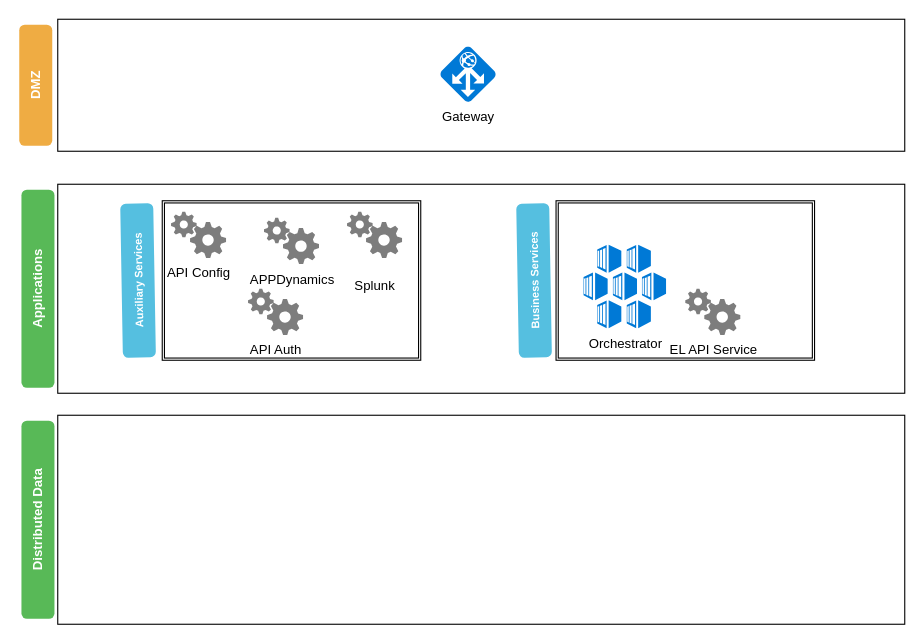
The draw.io diagram RevisedTargetArch.drawio in kpbindu/Diagrams, before the edit. Source tidied: cells renumbered, new cells numbered last; positions are measured from the earlier drawing's top-left corner, leaving out a move shared by most shapes. Both pictures are drawn from the tidied source at 110%, with x=0, y=0 at pixel (-62, 19).
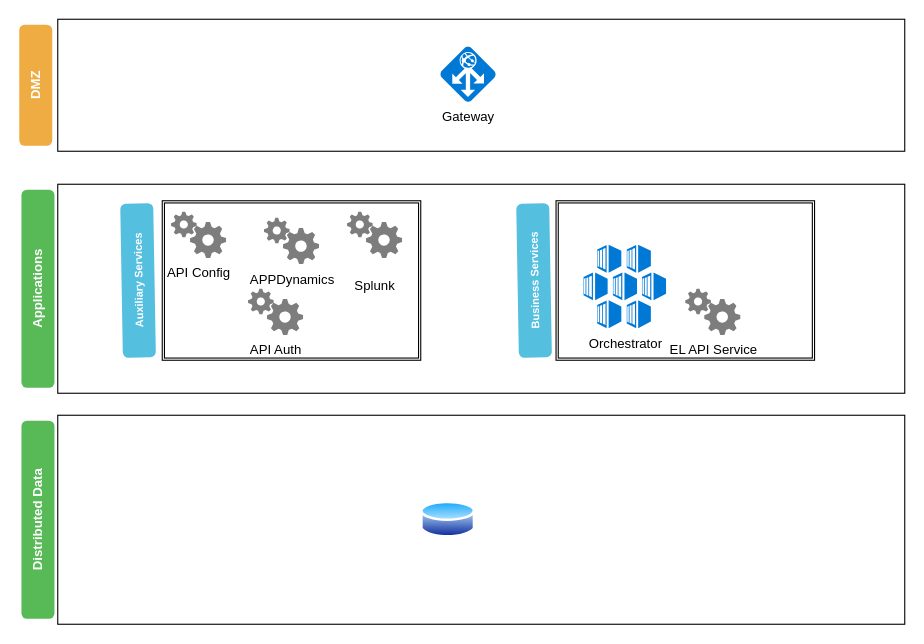
Above is the later version.

Diff of the diagram source:
```diff
@@
 <mxGraphModel>
   <root>
     <mxCell id="0" />
     <mxCell id="1" parent="0" />
     <mxCell id="2" style="rounded=0;whiteSpace=wrap;html=1;" parent="1" vertex="1">
       <mxGeometry x="108" width="770" height="120" as="geometry" />
     </mxCell>
     <mxCell id="3" value="DMZ" style="html=1;shadow=0;dashed=0;shape=mxgraph.bootstrap.rrect;align=center;rSize=5;strokeColor=none;fillColor=#EFAC43;fontColor=#ffffff;fontStyle=1;whiteSpace=wrap;rotation=-90;" parent="1" vertex="1">
       <mxGeometry x="33" y="45" width="110" height="30" as="geometry" />
     </mxCell>
     <mxCell id="4" value="Gateway" style="shadow=0;dashed=0;html=1;strokeColor=none;labelPosition=center;verticalLabelPosition=bottom;verticalAlign=top;align=center;shape=mxgraph.mscae.cloud.application_gateway;fillColor=#0079D6;" parent="1" vertex="1">
       <mxGeometry x="456" y="25" width="50" height="50" as="geometry" />
     </mxCell>
     <mxCell id="5" style="rounded=0;whiteSpace=wrap;html=1;" parent="1" vertex="1">
       <mxGeometry x="108" y="150" width="770" height="190" as="geometry" />
     </mxCell>
     <mxCell id="6" value="Applications" style="html=1;shadow=0;dashed=0;shape=mxgraph.bootstrap.rrect;align=center;rSize=5;strokeColor=none;fillColor=#58B957;fontColor=#ffffff;fontStyle=1;whiteSpace=wrap;rotation=-90;" parent="1" vertex="1">
       <mxGeometry y="230" width="180" height="30" as="geometry" />
     </mxCell>
     <mxCell id="7" style="shape=ext;double=1;rounded=0;whiteSpace=wrap;html=1;" parent="1" vertex="1">
       <mxGeometry x="203" y="165" width="235" height="145" as="geometry" />
     </mxCell>
     <mxCell id="8" style="shape=ext;double=1;rounded=0;whiteSpace=wrap;html=1;" parent="1" vertex="1">
       <mxGeometry x="561" y="165" width="235" height="145" as="geometry" />
     </mxCell>
     <mxCell id="9" value="Business Services" style="html=1;shadow=0;dashed=0;shape=mxgraph.bootstrap.rrect;align=center;rSize=5;strokeColor=none;fillColor=#55BFE0;fontColor=#ffffff;fontStyle=1;whiteSpace=wrap;fontSize=10;rotation=-91;" parent="1" vertex="1">
       <mxGeometry x="471" y="222.5" width="140" height="30" as="geometry" />
     </mxCell>
     <mxCell id="10" value="Auxiliary&amp;nbsp;Services" style="html=1;shadow=0;dashed=0;shape=mxgraph.bootstrap.rrect;align=center;rSize=5;strokeColor=none;fillColor=#55BFE0;fontColor=#ffffff;fontStyle=1;whiteSpace=wrap;fontSize=10;rotation=-91;" parent="1" vertex="1">
       <mxGeometry x="111" y="222.5" width="140" height="30" as="geometry" />
     </mxCell>
     <mxCell id="11" value="API Config" style="shadow=0;dashed=0;html=1;strokeColor=none;labelPosition=center;verticalLabelPosition=bottom;verticalAlign=top;align=center;shape=mxgraph.mscae.general.gears;fillColor=#7D7D7D;" parent="1" vertex="1">
       <mxGeometry x="211" y="175" width="50" height="42" as="geometry" />
     </mxCell>
     <mxCell id="12" value="&lt;p&gt;Splunk&lt;/p&gt;" style="shadow=0;dashed=0;html=1;strokeColor=none;labelPosition=center;verticalLabelPosition=bottom;verticalAlign=top;align=center;shape=mxgraph.mscae.general.gears;fillColor=#7D7D7D;" parent="1" vertex="1">
       <mxGeometry x="371" y="175" width="50" height="42" as="geometry" />
     </mxCell>
     <mxCell id="13" value="API Auth" style="shadow=0;dashed=0;html=1;strokeColor=none;labelPosition=center;verticalLabelPosition=bottom;verticalAlign=top;align=center;shape=mxgraph.mscae.general.gears;fillColor=#7D7D7D;" parent="1" vertex="1">
       <mxGeometry x="281" y="245" width="50" height="42" as="geometry" />
     </mxCell>
     <mxCell id="14" value="EL API Service" style="shadow=0;dashed=0;html=1;strokeColor=none;labelPosition=center;verticalLabelPosition=bottom;verticalAlign=top;align=center;shape=mxgraph.mscae.general.gears;fillColor=#7D7D7D;" parent="1" vertex="1">
       <mxGeometry x="678.5" y="245" width="50" height="42" as="geometry" />
     </mxCell>
     <mxCell id="15" value="Orchestrator " style="shadow=0;dashed=0;html=1;strokeColor=none;labelPosition=center;verticalLabelPosition=bottom;verticalAlign=top;align=center;shape=mxgraph.mscae.cloud.container_service;fillColor=#0079D6;" parent="1" vertex="1">
       <mxGeometry x="586" y="205" width="75" height="76" as="geometry" />
     </mxCell>
     <mxCell id="16" value="APPDynamics" style="shadow=0;dashed=0;html=1;strokeColor=none;labelPosition=center;verticalLabelPosition=bottom;verticalAlign=top;align=center;shape=mxgraph.mscae.general.gears;fillColor=#7D7D7D;" parent="1" vertex="1">
       <mxGeometry x="295.5" y="180.5" width="50" height="42" as="geometry" />
     </mxCell>
     <mxCell id="17" style="rounded=0;whiteSpace=wrap;html=1;" parent="1" vertex="1">
       <mxGeometry x="108" y="360" width="770" height="190" as="geometry" />
     </mxCell>
     <mxCell id="18" value="Distributed Data" style="html=1;shadow=0;dashed=0;shape=mxgraph.bootstrap.rrect;align=center;rSize=5;strokeColor=none;fillColor=#58B957;fontColor=#ffffff;fontStyle=1;whiteSpace=wrap;rotation=-90;" parent="1" vertex="1">
       <mxGeometry y="440" width="180" height="30" as="geometry" />
     </mxCell>
+    <mxCell id="19" style="perimeter=ellipsePerimeter;html=1;align=center;shadow=0;dashed=0;spacingTop=3;image;image=img/lib/active_directory/database.svg;" parent="1" vertex="1">
+      <mxGeometry x="438" y="436.5" width="50" height="37" as="geometry" />
+    </mxCell>
   </root>
 </mxGraphModel>
```
